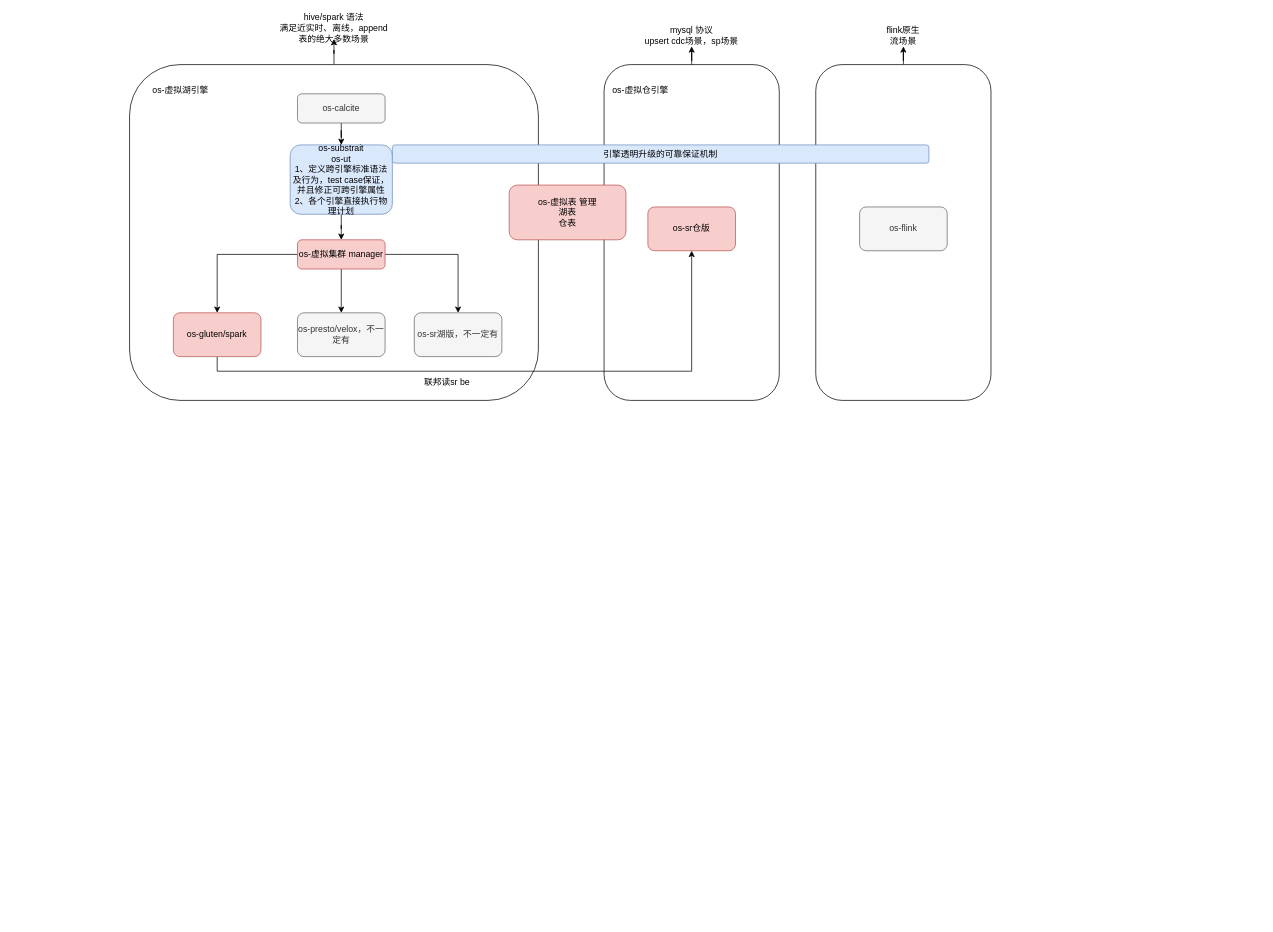
The draw.io diagram os虚拟引擎.drawio in yuhuali1989/ui, before the edit. Source tidied: cells renumbered, new cells numbered last; positions are measured from the earlier drawing's top-left corner, leaving out a move shared by most shapes. Both pictures are drawn from the tidied source at 73%, with x=0, y=0 at pixel (129, 17).
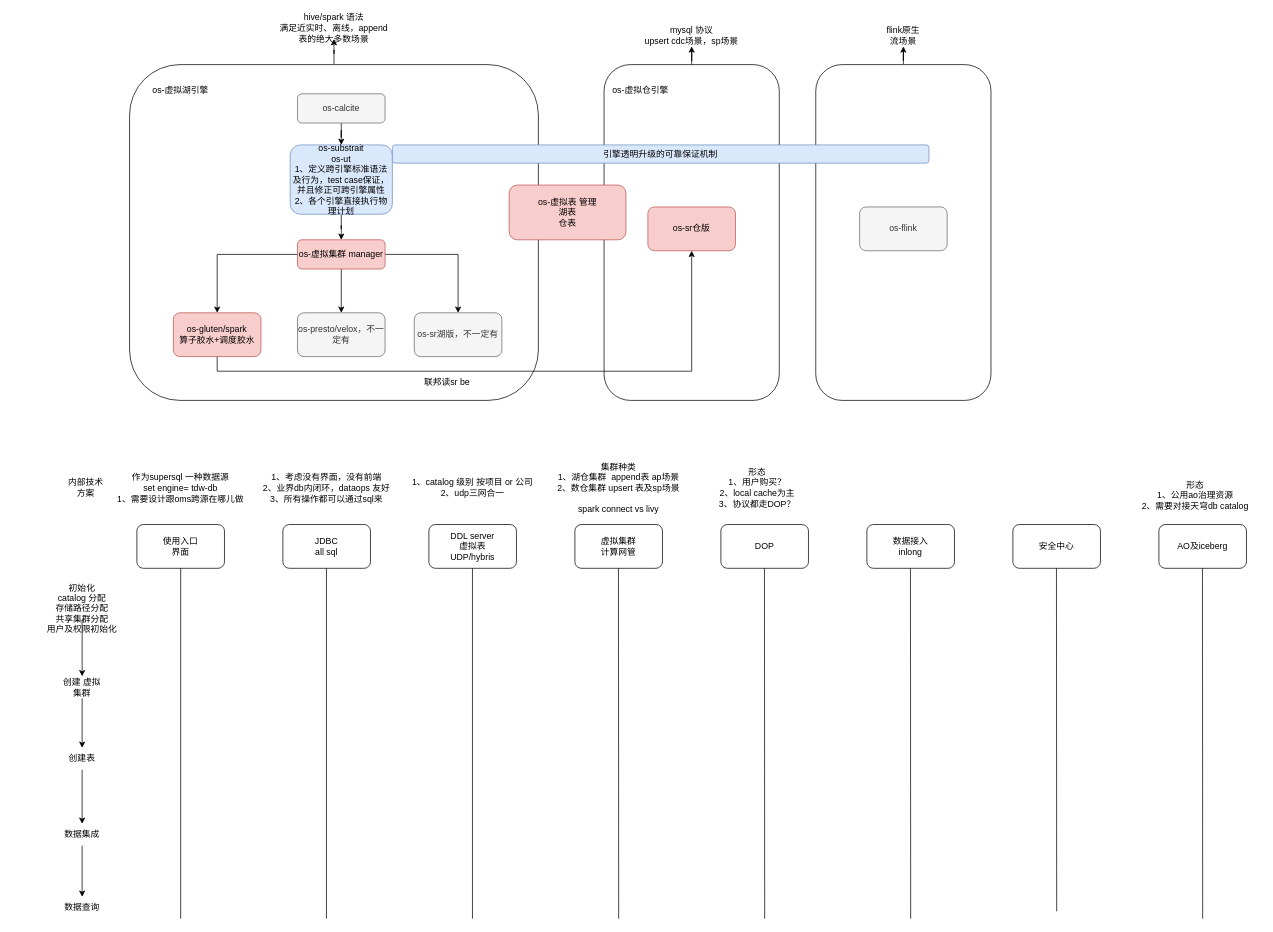
The same diagram, later.

Diff of the diagram source:
```diff
@@
-    <mxCell id="13" value="os-gluten/spark" style="rounded=1;whiteSpace=wrap;html=1;fillColor=#f8cecc;strokeColor=#b85450;" parent="1" vertex="1">
+    <mxCell id="13" value="os-gluten/spark&lt;br&gt;算子胶水+调度胶水" style="rounded=1;whiteSpace=wrap;html=1;fillColor=#f8cecc;strokeColor=#b85450;" parent="1" vertex="1">
       <mxGeometry x="60" y="405" width="120" height="60" as="geometry" />
     </mxCell>
@@
+    <mxCell id="30" value="使用入口&lt;br&gt;界面" style="rounded=1;whiteSpace=wrap;html=1;" parent="1" vertex="1">
+      <mxGeometry x="10" y="695" width="120" height="60" as="geometry" />
+    </mxCell>
+    <mxCell id="31" style="endArrow=none;html=1;rounded=0;" parent="1" edge="1" target="30">
+      <mxGeometry relative="1" as="geometry">
+        <mxPoint x="70" y="1235" as="sourcePoint" />
+      </mxGeometry>
+    </mxCell>
+    <mxCell id="32" value="JDBC&lt;br&gt;all sql" style="rounded=1;whiteSpace=wrap;html=1;" parent="1" vertex="1">
+      <mxGeometry x="210" y="695" width="120" height="60" as="geometry" />
+    </mxCell>
+    <mxCell id="33" value="作为supersql 一种数据源&lt;br&gt;set engine= tdw-db&lt;br&gt;1、需要设计跟oms跨源在哪儿做" style="text;html=1;align=center;verticalAlign=middle;whiteSpace=wrap;rounded=0;" parent="1" vertex="1">
+      <mxGeometry x="-20" y="615" width="180" height="60" as="geometry" />
+    </mxCell>
+    <mxCell id="34" style="endArrow=none;html=1;rounded=0;" parent="1" edge="1">
+      <mxGeometry relative="1" as="geometry">
+        <mxPoint x="269.7" y="1235" as="sourcePoint" />
+        <mxPoint x="269.7" y="755" as="targetPoint" />
+      </mxGeometry>
+    </mxCell>
+    <mxCell id="35" value="DDL server&lt;br&gt;虚拟表&lt;br&gt;UDP/hybris" style="rounded=1;whiteSpace=wrap;html=1;" parent="1" vertex="1">
+      <mxGeometry x="410" y="695" width="120" height="60" as="geometry" />
+    </mxCell>
+    <mxCell id="36" style="endArrow=none;html=1;rounded=0;" parent="1" edge="1">
+      <mxGeometry relative="1" as="geometry">
+        <mxPoint x="469.7" y="1235" as="sourcePoint" />
+        <mxPoint x="469.7" y="755" as="targetPoint" />
+      </mxGeometry>
+    </mxCell>
+    <mxCell id="37" value="虚拟集群&lt;br&gt;计算网管" style="rounded=1;whiteSpace=wrap;html=1;" parent="1" vertex="1">
+      <mxGeometry x="610" y="695" width="120" height="60" as="geometry" />
+    </mxCell>
+    <mxCell id="38" style="endArrow=none;html=1;rounded=0;" parent="1" edge="1">
+      <mxGeometry relative="1" as="geometry">
+        <mxPoint x="670" y="1235" as="sourcePoint" />
+        <mxPoint x="669.7" y="755" as="targetPoint" />
+      </mxGeometry>
+    </mxCell>
+    <mxCell id="39" value="1、考虑没有界面，没有前端&lt;br&gt;2、业界db内闭环，dataops 友好&lt;br&gt;3、所有操作都可以通过sql来" style="text;html=1;align=center;verticalAlign=middle;whiteSpace=wrap;rounded=0;" parent="1" vertex="1">
+      <mxGeometry x="180" y="615" width="180" height="60" as="geometry" />
+    </mxCell>
+    <mxCell id="40" style="edgeStyle=orthogonalEdgeStyle;rounded=0;jettySize=auto;html=1;" parent="1" edge="1" source="41" target="56">
+      <mxGeometry relative="1" as="geometry" />
+    </mxCell>
+    <mxCell id="41" value="初始化&lt;br&gt;catalog 分配&lt;br&gt;存储路径分配&lt;br&gt;共享集群分配&lt;br&gt;用户及权限初始化" style="text;html=1;strokeColor=none;fillColor=none;align=center;verticalAlign=middle;whiteSpace=wrap;rounded=0;" parent="1" vertex="1">
+      <mxGeometry x="-160" y="795" width="190" height="30" as="geometry" />
+    </mxCell>
+    <mxCell id="42" value="DOP" style="rounded=1;whiteSpace=wrap;html=1;" parent="1" vertex="1">
+      <mxGeometry x="810" y="695" width="120" height="60" as="geometry" />
+    </mxCell>
+    <mxCell id="43" style="endArrow=none;html=1;rounded=0;" parent="1" edge="1">
+      <mxGeometry relative="1" as="geometry">
+        <mxPoint x="870" y="1235" as="sourcePoint" />
+        <mxPoint x="869.7" y="755" as="targetPoint" />
+      </mxGeometry>
+    </mxCell>
+    <mxCell id="44" value="数据接入&lt;br&gt;inlong" style="rounded=1;whiteSpace=wrap;html=1;" parent="1" vertex="1">
+      <mxGeometry x="1010" y="695" width="120" height="60" as="geometry" />
+    </mxCell>
+    <mxCell id="45" style="endArrow=none;html=1;rounded=0;" parent="1" edge="1">
+      <mxGeometry relative="1" as="geometry">
+        <mxPoint x="1070" y="1235" as="sourcePoint" />
+        <mxPoint x="1069.7" y="755" as="targetPoint" />
+      </mxGeometry>
+    </mxCell>
+    <mxCell id="46" value="安全中心" style="rounded=1;whiteSpace=wrap;html=1;" parent="1" vertex="1">
+      <mxGeometry x="1210" y="695" width="120" height="60" as="geometry" />
+    </mxCell>
+    <mxCell id="47" style="endArrow=none;html=1;rounded=0;" parent="1" edge="1">
+      <mxGeometry relative="1" as="geometry">
+        <mxPoint x="1270" y="1225" as="sourcePoint" />
+        <mxPoint x="1269.7" y="755" as="targetPoint" />
+      </mxGeometry>
+    </mxCell>
+    <mxCell id="48" value="1、catalog 级别 按项目 or 公司&lt;br&gt;2、udp三网合一" style="text;html=1;align=center;verticalAlign=middle;whiteSpace=wrap;rounded=0;" parent="1" vertex="1">
+      <mxGeometry x="380" y="615" width="180" height="60" as="geometry" />
+    </mxCell>
+    <mxCell id="49" value="内部技术方案" style="text;html=1;strokeColor=none;fillColor=none;align=center;verticalAlign=middle;whiteSpace=wrap;rounded=0;" parent="1" vertex="1">
+      <mxGeometry x="-90" y="630" width="60" height="30" as="geometry" />
+    </mxCell>
+    <mxCell id="50" value="集群种类&lt;br&gt;1、湖仓集群&amp;nbsp; append表 ap场景&lt;br&gt;2、数仓集群 upsert 表及sp场景&lt;br&gt;&lt;br&gt;spark connect vs livy" style="text;html=1;align=center;verticalAlign=middle;whiteSpace=wrap;rounded=0;" parent="1" vertex="1">
+      <mxGeometry x="580" y="615" width="180" height="60" as="geometry" />
+    </mxCell>
+    <mxCell id="51" value="形态&lt;br&gt;1、用户购买？&lt;br&gt;2、local cache为主&lt;br&gt;3、协议都走DOP？" style="text;html=1;align=center;verticalAlign=middle;whiteSpace=wrap;rounded=0;" parent="1" vertex="1">
+      <mxGeometry x="770" y="615" width="180" height="60" as="geometry" />
+    </mxCell>
+    <mxCell id="52" value="AO及iceberg" style="rounded=1;whiteSpace=wrap;html=1;" parent="1" vertex="1">
+      <mxGeometry x="1410" y="695" width="120" height="60" as="geometry" />
+    </mxCell>
+    <mxCell id="53" style="endArrow=none;html=1;rounded=0;" parent="1" edge="1">
+      <mxGeometry relative="1" as="geometry">
+        <mxPoint x="1470" y="1235" as="sourcePoint" />
+        <mxPoint x="1469.7" y="755" as="targetPoint" />
+      </mxGeometry>
+    </mxCell>
+    <mxCell id="54" value="形态&lt;br&gt;1、公用ao治理资源&lt;br&gt;2、需要对接天穹db catalog" style="text;html=1;align=center;verticalAlign=middle;whiteSpace=wrap;rounded=0;" parent="1" vertex="1">
+      <mxGeometry x="1370" y="625" width="180" height="60" as="geometry" />
+    </mxCell>
+    <mxCell id="55" style="edgeStyle=orthogonalEdgeStyle;rounded=0;jettySize=auto;html=1;" parent="1" edge="1" source="56" target="58">
+      <mxGeometry relative="1" as="geometry" />
+    </mxCell>
+    <mxCell id="56" value="创建 虚拟集群" style="text;html=1;strokeColor=none;fillColor=none;align=center;verticalAlign=middle;whiteSpace=wrap;rounded=0;" parent="1" vertex="1">
+      <mxGeometry x="-95" y="903" width="60" height="30" as="geometry" />
+    </mxCell>
+    <mxCell id="57" style="edgeStyle=orthogonalEdgeStyle;rounded=0;jettySize=auto;html=1;" parent="1" edge="1" source="58" target="60">
+      <mxGeometry relative="1" as="geometry" />
+    </mxCell>
+    <mxCell id="58" value="创建表" style="text;html=1;strokeColor=none;fillColor=none;align=center;verticalAlign=middle;whiteSpace=wrap;rounded=0;" parent="1" vertex="1">
+      <mxGeometry x="-95" y="1001" width="60" height="30" as="geometry" />
+    </mxCell>
+    <mxCell id="59" style="edgeStyle=orthogonalEdgeStyle;rounded=0;jettySize=auto;html=1;" parent="1" edge="1" source="60" target="61">
+      <mxGeometry relative="1" as="geometry" />
+    </mxCell>
+    <mxCell id="60" value="数据集成" style="text;html=1;strokeColor=none;fillColor=none;align=center;verticalAlign=middle;whiteSpace=wrap;rounded=0;" parent="1" vertex="1">
+      <mxGeometry x="-95" y="1105" width="60" height="30" as="geometry" />
+    </mxCell>
+    <mxCell id="61" value="数据查询" style="text;html=1;strokeColor=none;fillColor=none;align=center;verticalAlign=middle;whiteSpace=wrap;rounded=0;" parent="1" vertex="1">
+      <mxGeometry x="-95" y="1205" width="60" height="30" as="geometry" />
+    </mxCell>
```
